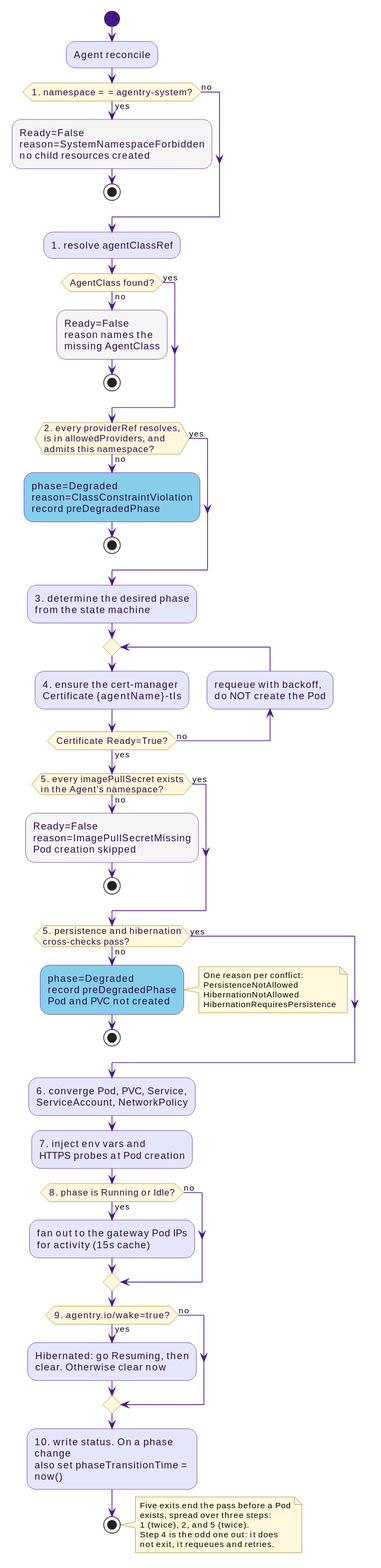
Before: docs/src/diagrams/agent-reconcile-pass.svg, a diagram exported from PlantUML (win07xp/kaalm). Its diagram source:
```plantuml
@startuml
!include _style.puml

start
:Agent reconcile;

if (1. namespace == agentry-system?) then (yes)
  :Ready=False
  reason=SystemNamespaceForbidden
  no child resources created;<<$mutedBg>>
  stop
else (no)
endif

:1. resolve agentClassRef;
if (AgentClass found?) then (no)
  :Ready=False
  reason names the
  missing AgentClass;<<$mutedBg>>
  stop
else (yes)
endif

if (2. every providerRef resolves,\nis in allowedProviders, and\nadmits this namespace?) then (no)
  :phase=Degraded
  reason=ClassConstraintViolation
  record preDegradedPhase;<<$ctrlBg>>
  stop
else (yes)
endif

:3. determine the desired phase\nfrom the state machine;

repeat
  :4. ensure the cert-manager\nCertificate {agentName}-tls;
backward:requeue with backoff,\ndo NOT create the Pod;
repeat while (Certificate Ready=True?) is (no) not (yes)

if (5. every imagePullSecret exists\nin the Agent's namespace?) then (no)
  :Ready=False
  reason=ImagePullSecretMissing
  Pod creation skipped;<<$mutedBg>>
  stop
else (yes)
endif

if (5. persistence and hibernation\ncross-checks pass?) then (no)
  :phase=Degraded
  record preDegradedPhase
  Pod and PVC not created;<<$ctrlBg>>
  note right
    One reason per conflict:
    PersistenceNotAllowed
    HibernationNotAllowed
    HibernationRequiresPersistence
  end note
  stop
else (yes)
endif

:6. converge Pod, PVC, Service,\nServiceAccount, NetworkPolicy;
:7. inject env vars and\nHTTPS probes at Pod creation;

if (8. phase is Running or Idle?) then (yes)
  :fan out to the gateway Pod IPs\nfor activity (15s cache);
else (no)
endif

if (9. agentry.io/wake=true?) then (yes)
  :Hibernated: go Resuming, then\nclear. Otherwise clear now;
else (no)
endif

:10. write status. On a phase change\nalso set phaseTransitionTime = now();
stop

note right
  Five exits end the pass before a Pod
  exists, spread over three steps:
  1 (twice), 2, and 5 (twice).
  Step 4 is the odd one out: it does
  not exit, it requeues and retries.
end note
@enduml
```
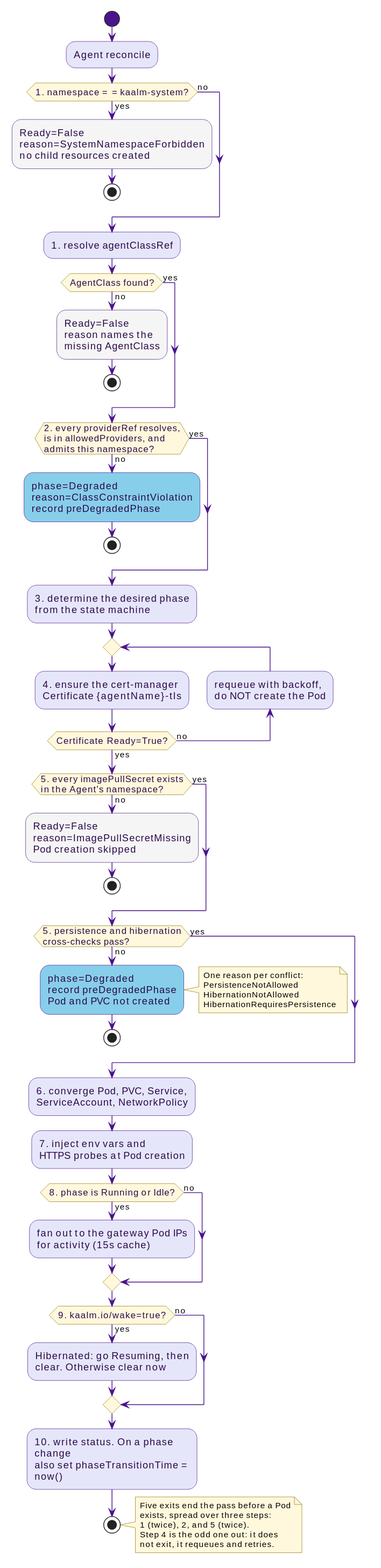
The same file after the commit.

What changed in the source:
```diff
@@ -4,7 +4,7 @@
 start
 :Agent reconcile;
 
-if (1. namespace == agentry-system?) then (yes)
+if (1. namespace == kaalm-system?) then (yes)
   :Ready=False
   reason=SystemNamespaceForbidden
   no child resources created;<<$mutedBg>>
@@ -66,7 +66,7 @@
 else (no)
 endif
 
-if (9. agentry.io/wake=true?) then (yes)
+if (9. kaalm.io/wake=true?) then (yes)
   :Hibernated: go Resuming, then\nclear. Otherwise clear now;
 else (no)
 endif
```
